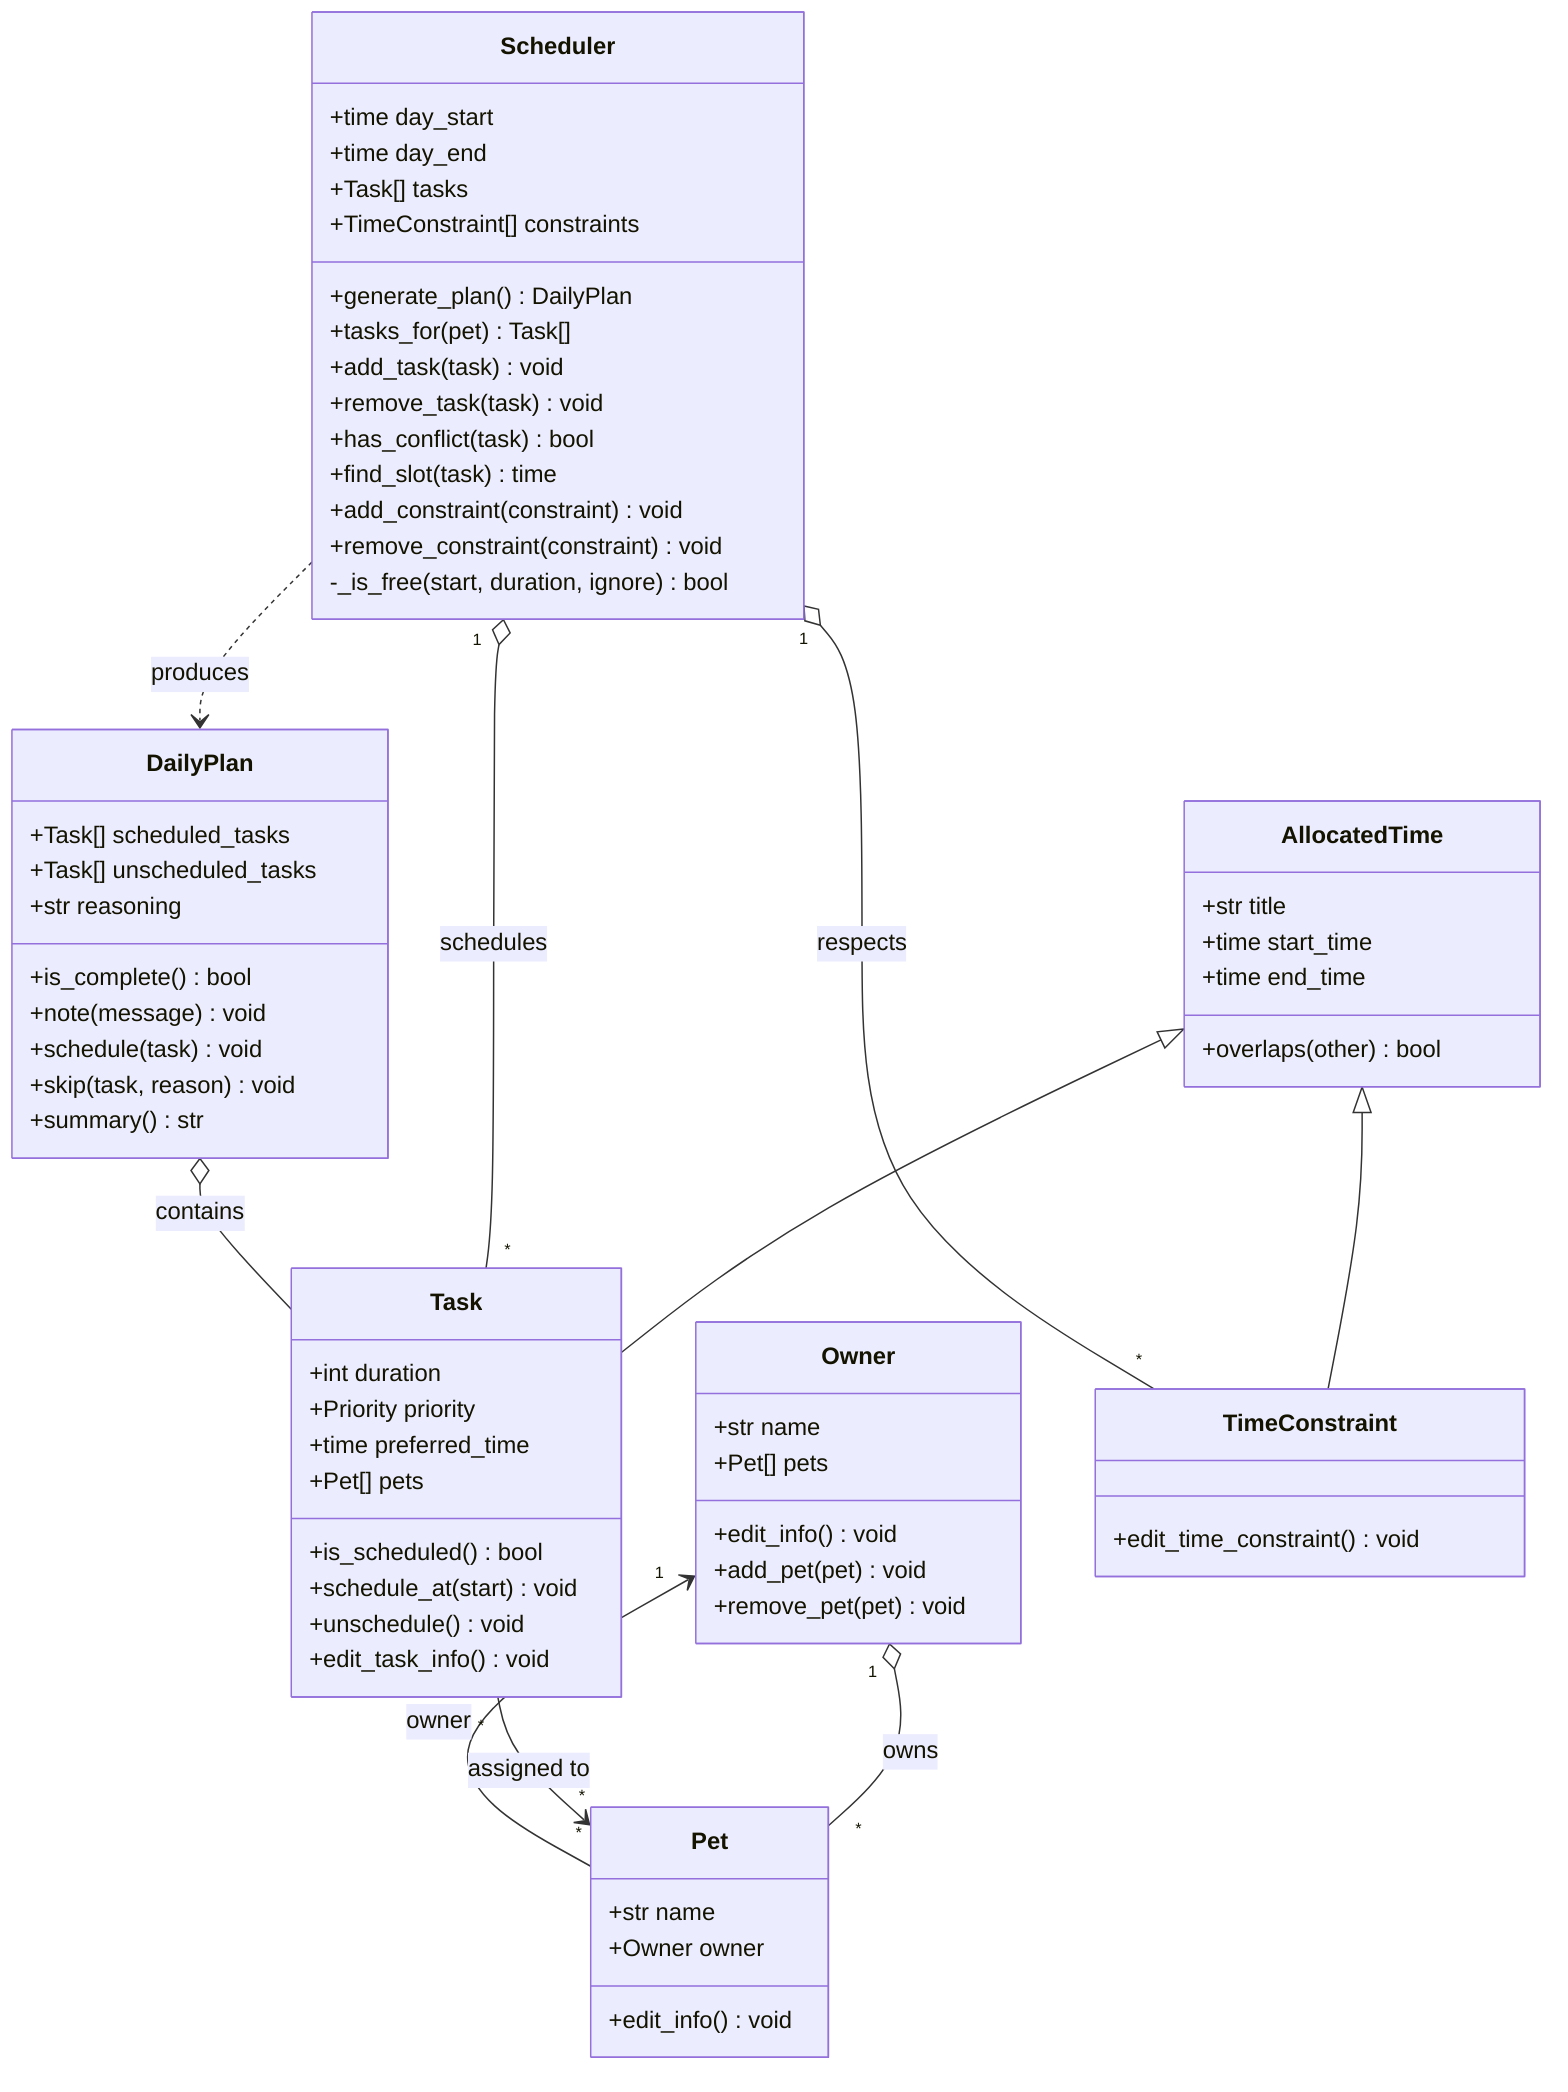
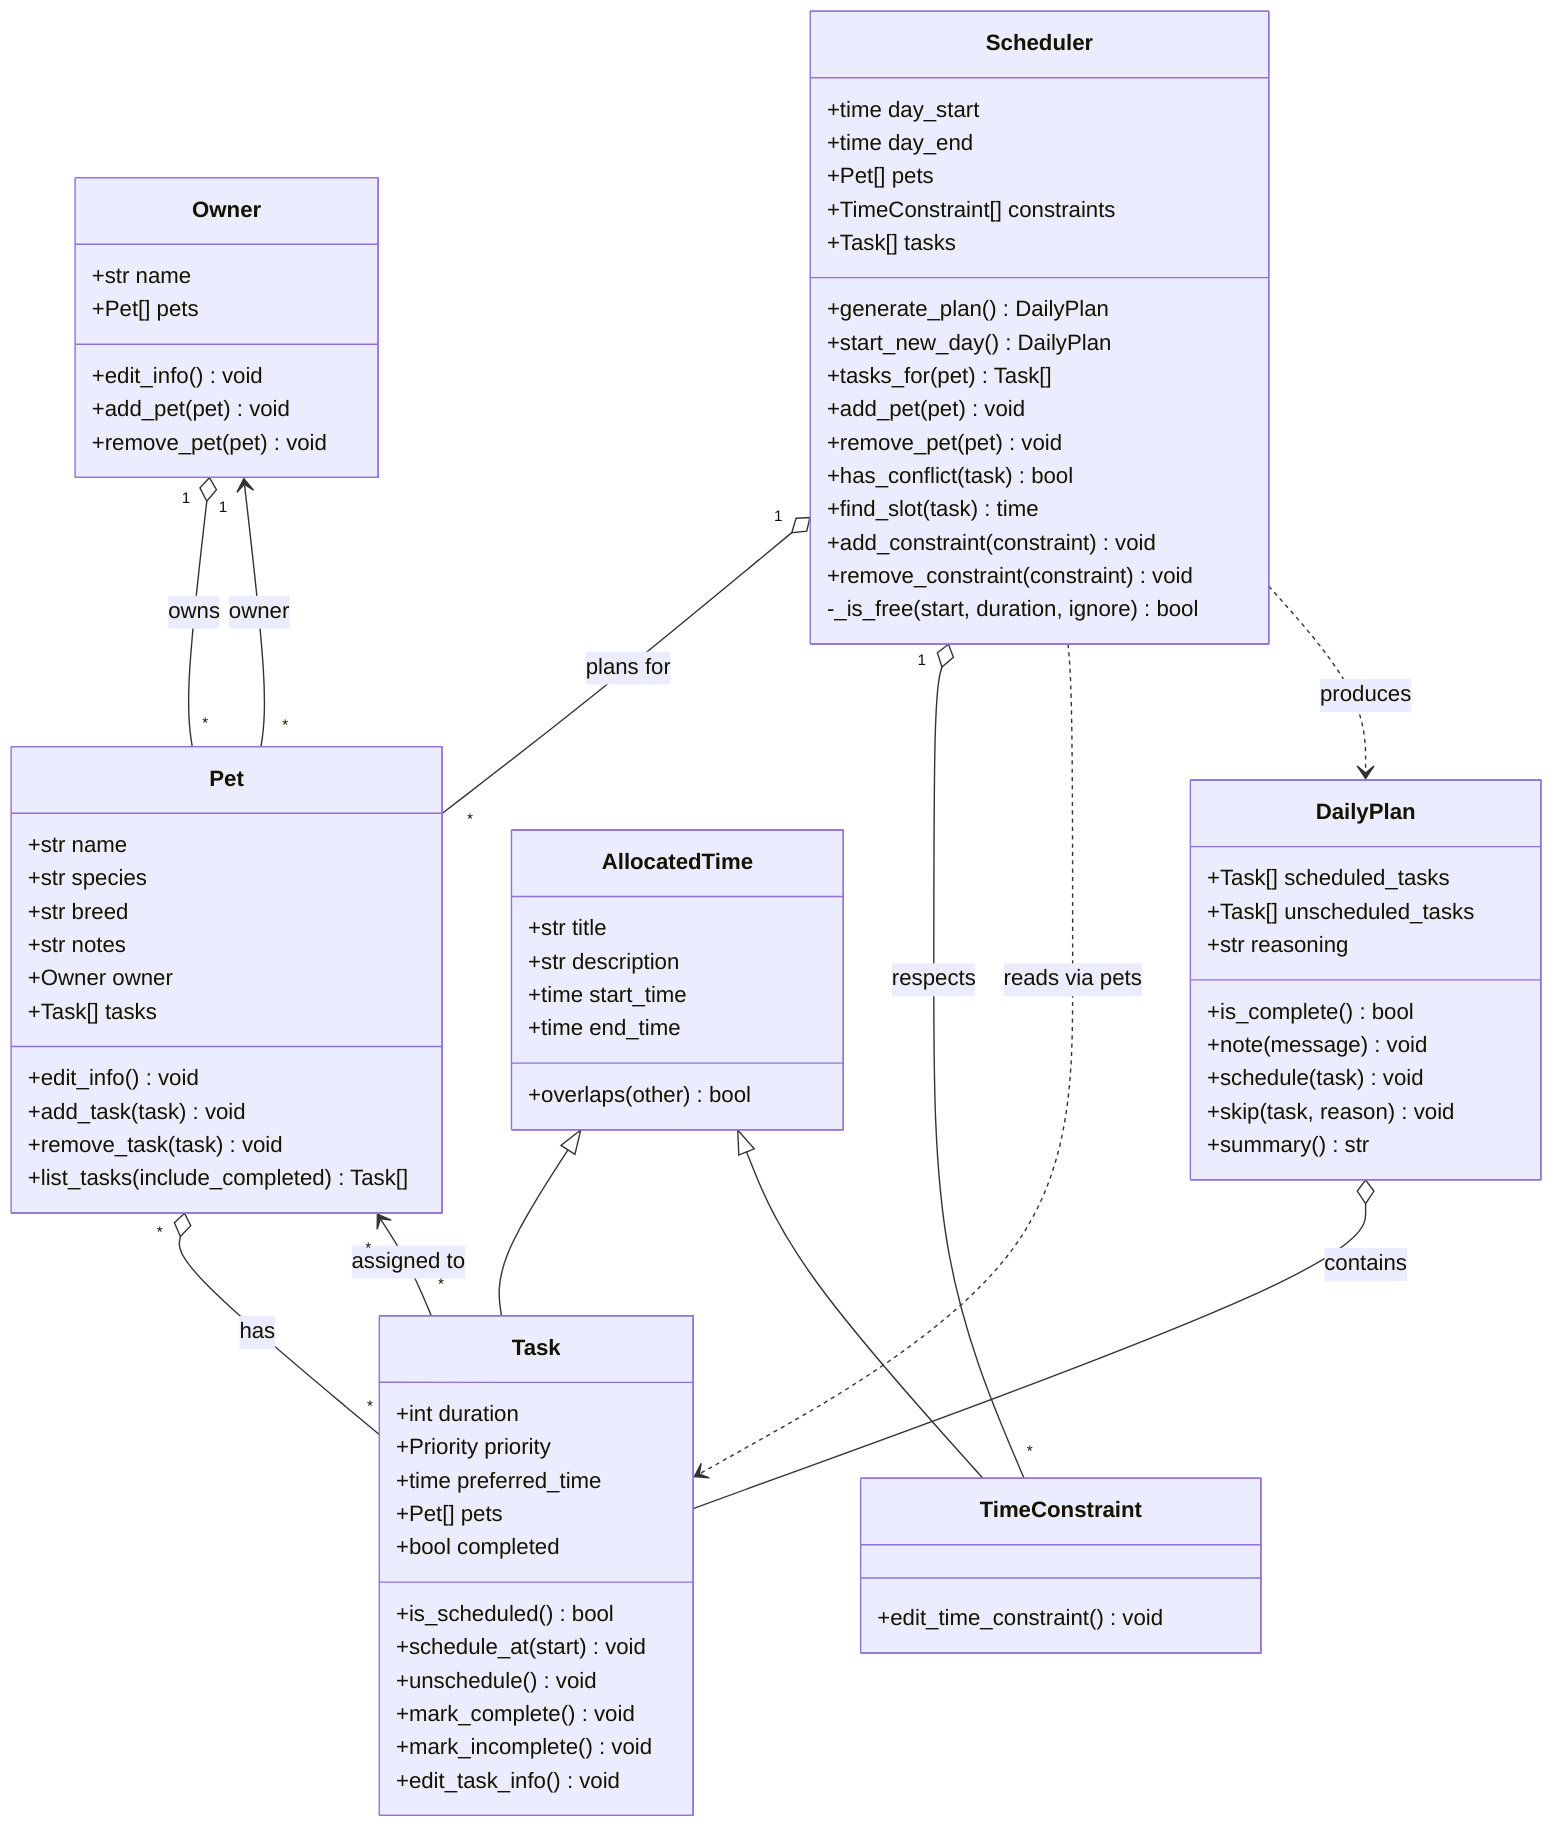
classDiagram
    %% PawPal+ class diagram — keep in sync with the implementation.

    class Owner {
        +str name
        +Pet[] pets
        +edit_info() void
        +add_pet(pet) void
        +remove_pet(pet) void
    }

    class Pet {
        +str name
+         +str species
+         +str breed
+         +str notes
        +Owner owner
+         +Task[] tasks
        +edit_info() void
+         +add_task(task) void
+         +remove_task(task) void
+         +list_tasks(include_completed) Task[]
    }

    class Scheduler {
        +time day_start
        +time day_end
+         +Pet[] pets
+         +TimeConstraint[] constraints
        +Task[] tasks
-         +TimeConstraint[] constraints
        +generate_plan() DailyPlan
+         +start_new_day() DailyPlan
        +tasks_for(pet) Task[]
-         +add_task(task) void
-         +remove_task(task) void
+         +add_pet(pet) void
+         +remove_pet(pet) void
        +has_conflict(task) bool
        +find_slot(task) time
        +add_constraint(constraint) void
        +remove_constraint(constraint) void
        -_is_free(start, duration, ignore) bool
    }

    class AllocatedTime {
        +str title
+         +str description
        +time start_time
        +time end_time
        +overlaps(other) bool
    }

    class Task {
        +int duration
        +Priority priority
        +time preferred_time
        +Pet[] pets
+         +bool completed
        +is_scheduled() bool
        +schedule_at(start) void
        +unschedule() void
+         +mark_complete() void
+         +mark_incomplete() void
        +edit_task_info() void
    }

    class TimeConstraint {
        +edit_time_constraint() void
    }

    class DailyPlan {
        +Task[] scheduled_tasks
        +Task[] unscheduled_tasks
        +str reasoning
        +is_complete() bool
        +note(message) void
        +schedule(task) void
        +skip(task, reason) void
        +summary() str
    }

    AllocatedTime <|-- Task
    AllocatedTime <|-- TimeConstraint

    Owner "1" o-- "*" Pet : owns
    Pet "*" --> "1" Owner : owner

-     Scheduler "1" o-- "*" Task : schedules
+     Scheduler "1" o-- "*" Pet : plans for
    Scheduler "1" o-- "*" TimeConstraint : respects
+     Scheduler ..> Task : reads via pets
+     Pet "*" o-- "*" Task : has
    Task "*" --> "*" Pet : assigned to
    Scheduler ..> DailyPlan : produces
    DailyPlan o-- Task : contains
